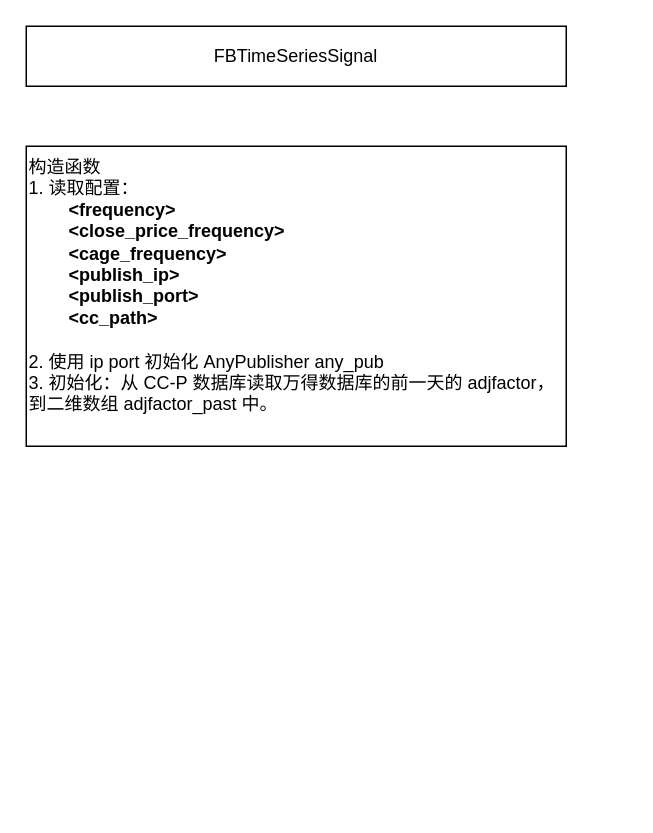
zhaxd123/drawio keeps this draw.io diagram as 股票时序.drawio. Above is the earlier version. Source tidied: cells renumbered, new cells numbered last; positions are measured from the earlier drawing's top-left corner, leaving out a move shared by most shapes. Both pictures are drawn from the tidied source at 150%, with x=0, y=0 at pixel (26, 26).
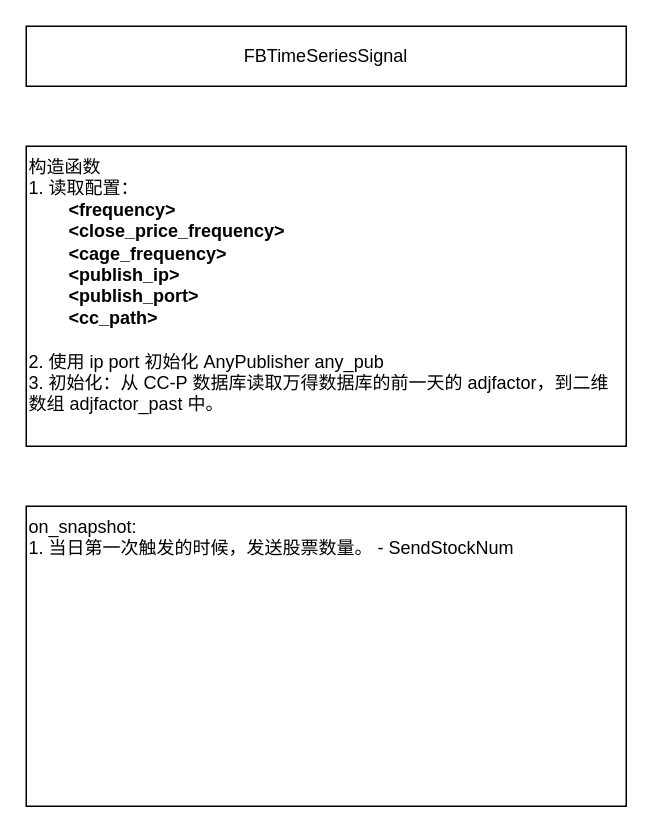
The same diagram, later.

Commit message (it also covers changes not shown here):
更新股票时序.drawio

Change to the diagram source:
```diff
@@
 <mxGraphModel>
   <root>
     <mxCell id="0" />
     <mxCell id="1" parent="0" />
     <mxCell id="2" value="FBTimeSeriesSignal" style="rounded=0;whiteSpace=wrap;html=1;" parent="1" vertex="1">
-      <mxGeometry width="360" height="40" as="geometry" />
+      <mxGeometry width="400" height="40" as="geometry" />
     </mxCell>
     <mxCell id="3" value="构造函数&lt;div&gt;1.&amp;nbsp;读取配置：&lt;/div&gt;&lt;div&gt;&lt;b&gt;&lt;span style=&quot;white-space: pre;&quot;&gt;&#9;&lt;/span&gt;&amp;lt;frequency&amp;gt;&amp;nbsp;&lt;/b&gt;&lt;/div&gt;&lt;div&gt;&lt;b&gt;&lt;span style=&quot;white-space: pre;&quot;&gt;&#9;&lt;/span&gt;&amp;lt;close_price_frequency&amp;gt;&amp;nbsp;&lt;/b&gt;&lt;/div&gt;&lt;div&gt;&lt;b&gt;&lt;span style=&quot;white-space: pre;&quot;&gt;&#9;&lt;/span&gt;&amp;lt;cage_frequency&amp;gt;&lt;br&gt;&lt;/b&gt;&lt;/div&gt;&lt;div&gt;&lt;b&gt;&lt;span style=&quot;white-space: pre;&quot;&gt;&#9;&lt;/span&gt;&amp;lt;publish_ip&amp;gt;&lt;br&gt;&lt;/b&gt;&lt;/div&gt;&lt;div&gt;&lt;b&gt;&lt;span style=&quot;white-space: pre;&quot;&gt;&#9;&lt;/span&gt;&amp;lt;publish_port&amp;gt;&lt;/b&gt;&lt;/div&gt;&lt;div&gt;&lt;b&gt;&lt;span style=&quot;white-space: pre;&quot;&gt;&#9;&lt;/span&gt;&amp;lt;cc_path&amp;gt;&lt;/b&gt;&lt;br&gt;&lt;/div&gt;&lt;div&gt;&lt;br&gt;&lt;/div&gt;&lt;div&gt;2.&amp;nbsp;使用&amp;nbsp;ip&amp;nbsp;port&amp;nbsp;初始化 AnyPublisher any_pub&lt;/div&gt;&lt;div&gt;3.&amp;nbsp;初始化：从 CC-P&amp;nbsp;数据库读取万得数据库的前一天的 adjfactor，到二维数组 adjfactor_past&amp;nbsp;中。&lt;/div&gt;&lt;div&gt;&lt;br&gt;&lt;/div&gt;&lt;div&gt;&lt;br&gt;&lt;/div&gt;" style="rounded=0;whiteSpace=wrap;html=1;align=left;verticalAlign=top;" parent="1" vertex="1">
-      <mxGeometry y="80" width="360" height="200" as="geometry" />
+      <mxGeometry y="80" width="400" height="200" as="geometry" />
     </mxCell>
+    <mxCell id="4" value="&lt;div&gt;on_snapshot:&lt;/div&gt;&lt;div&gt;1.&amp;nbsp;当日第一次触发的时候，发送股票数量。 - SendStockNum&lt;/div&gt;" style="rounded=0;whiteSpace=wrap;html=1;align=left;verticalAlign=top;" parent="1" vertex="1">
+      <mxGeometry y="320" width="400" height="200" as="geometry" />
+    </mxCell>
   </root>
 </mxGraphModel>
```
